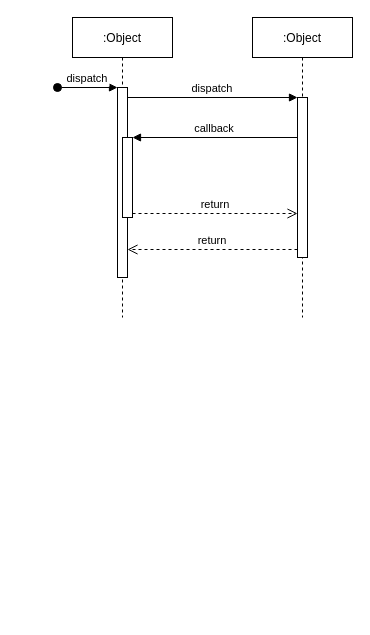
Before: Test.drawio in LeanderLW/Images, a draw.io diagram. Source tidied: cells renumbered, new cells numbered last; positions are measured from the earlier drawing's top-left corner, leaving out a move shared by most shapes. Both pictures are drawn from the tidied source at 100%, with x=0, y=0 at pixel (57, 17).
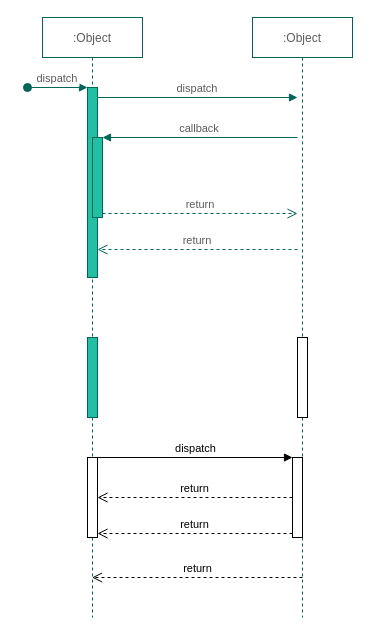
Above is the later version.

The edit, as a diff of the source:
```diff
@@
-    <mxCell id="2" value=":Object" style="shape=umlLifeline;perimeter=lifelinePerimeter;rounded=0;shadow=0;strokeWidth=1;" parent="1" vertex="1">
-      <mxGeometry x="15" width="100" height="300" as="geometry" />
+    <mxCell id="2" value=":Object" style="shape=umlLifeline;perimeter=lifelinePerimeter;rounded=0;shadow=0;strokeWidth=1;strokeColor=#006658;fontColor=#5C5C5C;fillColor=none;" parent="1" vertex="1">
+      <mxGeometry x="-15" width="100" height="600" as="geometry" />
     </mxCell>
-    <mxCell id="3" style="points=[];perimeter=orthogonalPerimeter;rounded=0;shadow=0;strokeWidth=1;" parent="2" vertex="1">
+    <mxCell id="3" style="points=[];perimeter=orthogonalPerimeter;rounded=0;shadow=0;strokeWidth=1;fillColor=#21C0A5;strokeColor=#006658;fontColor=#5C5C5C;" parent="2" vertex="1">
       <mxGeometry x="45" y="70" width="10" height="190" as="geometry" />
     </mxCell>
-    <mxCell id="4" value="dispatch" style="verticalAlign=bottom;startArrow=oval;endArrow=block;startSize=8;shadow=0;strokeWidth=1;" parent="2" edge="1" target="3">
+    <mxCell id="4" value="dispatch" style="verticalAlign=bottom;startArrow=oval;endArrow=block;startSize=8;shadow=0;strokeWidth=1;strokeColor=#006658;fontColor=#5C5C5C;" parent="2" edge="1" target="3">
       <mxGeometry relative="1" as="geometry">
         <mxPoint x="-15" y="70" as="sourcePoint" />
       </mxGeometry>
     </mxCell>
-    <mxCell id="5" style="points=[];perimeter=orthogonalPerimeter;rounded=0;shadow=0;strokeWidth=1;" parent="2" vertex="1">
+    <mxCell id="5" style="points=[];perimeter=orthogonalPerimeter;rounded=0;shadow=0;strokeWidth=1;fillColor=#21C0A5;strokeColor=#006658;fontColor=#5C5C5C;" parent="2" vertex="1">
       <mxGeometry x="50" y="120" width="10" height="80" as="geometry" />
     </mxCell>
+    <mxCell id="12" style="html=1;perimeter=orthogonalPerimeter;rounded=0;sketch=0;fillColor=#21C0A5;strokeColor=#006658;fontColor=#5C5C5C;" parent="2" vertex="1">
+      <mxGeometry x="45" y="320" width="10" height="80" as="geometry" />
+    </mxCell>
+    <mxCell id="13" style="html=1;points=[];perimeter=orthogonalPerimeter;rounded=0;sketch=0;" parent="2" vertex="1">
+      <mxGeometry x="45" y="440" width="10" height="80" as="geometry" />
+    </mxCell>
-    <mxCell id="6" value=":Object" style="shape=umlLifeline;perimeter=lifelinePerimeter;rounded=0;shadow=0;strokeWidth=1;" parent="1" vertex="1">
-      <mxGeometry x="195" width="100" height="300" as="geometry" />
+    <mxCell id="6" value=":Object" style="shape=umlLifeline;perimeter=lifelinePerimeter;rounded=0;shadow=0;strokeWidth=1;strokeColor=#006658;fontColor=#5C5C5C;fillColor=none;" parent="1" vertex="1">
+      <mxGeometry x="195" width="100" height="600" as="geometry" />
     </mxCell>
-    <mxCell id="7" style="points=[];perimeter=orthogonalPerimeter;rounded=0;shadow=0;strokeWidth=1;" parent="6" vertex="1">
-      <mxGeometry x="45" y="80" width="10" height="160" as="geometry" />
-    </mxCell>
+    <mxCell id="14" style="html=1;perimeter=orthogonalPerimeter;rounded=0;sketch=0;" parent="6" vertex="1">
+      <mxGeometry x="45" y="320" width="10" height="80" as="geometry" />
+    </mxCell>
-    <mxCell id="8" value="return" style="verticalAlign=bottom;endArrow=open;dashed=1;endSize=8;exitX=0;exitY=0.95;shadow=0;strokeWidth=1;" parent="1" edge="1" source="7" target="3">
-      <mxGeometry relative="1" as="geometry" />
+    <mxCell id="8" value="return" style="verticalAlign=bottom;endArrow=open;dashed=1;endSize=8;exitX=0;exitY=0.95;shadow=0;strokeWidth=1;strokeColor=#006658;fontColor=#5C5C5C;" parent="1" edge="1" target="3">
+      <mxGeometry relative="1" as="geometry">
+        <mxPoint x="240" y="232" as="sourcePoint" />
+      </mxGeometry>
     </mxCell>
-    <mxCell id="9" value="dispatch" style="verticalAlign=bottom;endArrow=block;entryX=0;entryY=0;shadow=0;strokeWidth=1;" parent="1" edge="1" source="3" target="7">
-      <mxGeometry relative="1" as="geometry" />
+    <mxCell id="9" value="dispatch" style="verticalAlign=bottom;endArrow=block;entryX=0;entryY=0;shadow=0;strokeWidth=1;strokeColor=#006658;fontColor=#5C5C5C;" parent="1" edge="1" source="3">
+      <mxGeometry relative="1" as="geometry">
+        <mxPoint x="240" y="80" as="targetPoint" />
+      </mxGeometry>
     </mxCell>
-    <mxCell id="10" value="callback" style="verticalAlign=bottom;endArrow=block;entryX=1;entryY=0;shadow=0;strokeWidth=1;" parent="1" edge="1" source="7" target="5">
-      <mxGeometry relative="1" as="geometry" />
+    <mxCell id="10" value="callback" style="verticalAlign=bottom;endArrow=block;entryX=1;entryY=0;shadow=0;strokeWidth=1;strokeColor=#006658;fontColor=#5C5C5C;" parent="1" edge="1" target="5">
+      <mxGeometry relative="1" as="geometry">
+        <mxPoint x="240" y="120" as="sourcePoint" />
+      </mxGeometry>
     </mxCell>
-    <mxCell id="11" value="return" style="verticalAlign=bottom;endArrow=open;dashed=1;endSize=8;exitX=1;exitY=0.95;shadow=0;strokeWidth=1;" parent="1" edge="1" source="5" target="7">
-      <mxGeometry relative="1" as="geometry" />
+    <mxCell id="11" value="return" style="verticalAlign=bottom;endArrow=open;dashed=1;endSize=8;exitX=1;exitY=0.95;shadow=0;strokeWidth=1;strokeColor=#006658;fontColor=#5C5C5C;" parent="1" edge="1" source="5">
+      <mxGeometry relative="1" as="geometry">
+        <mxPoint x="240" y="196" as="targetPoint" />
+      </mxGeometry>
     </mxCell>
+    <mxCell id="15" style="html=1;points=[];perimeter=orthogonalPerimeter;rounded=0;sketch=0;" parent="1" vertex="1">
+      <mxGeometry x="235" y="440" width="10" height="80" as="geometry" />
+    </mxCell>
+    <mxCell id="16" value="dispatch" style="html=1;verticalAlign=bottom;endArrow=block;entryX=0;entryY=0;" parent="1" edge="1" source="13" target="15">
+      <mxGeometry relative="1" as="geometry" />
+    </mxCell>
+    <mxCell id="17" value="return" style="html=1;verticalAlign=bottom;endArrow=open;dashed=1;endSize=8;exitX=0;exitY=0.95;" parent="1" edge="1" source="15" target="13">
+      <mxGeometry relative="1" as="geometry" />
+    </mxCell>
+    <mxCell id="18" value="return" style="html=1;verticalAlign=bottom;endArrow=open;dashed=1;endSize=8;" parent="1" edge="1" target="2">
+      <mxGeometry relative="1" as="geometry">
+        <mxPoint x="245" y="560" as="sourcePoint" />
+      </mxGeometry>
+    </mxCell>
+    <mxCell id="19" value="return" style="html=1;verticalAlign=bottom;endArrow=open;dashed=1;endSize=8;" parent="1" edge="1" source="15" target="13">
+      <mxGeometry relative="1" as="geometry" />
+    </mxCell>
```
